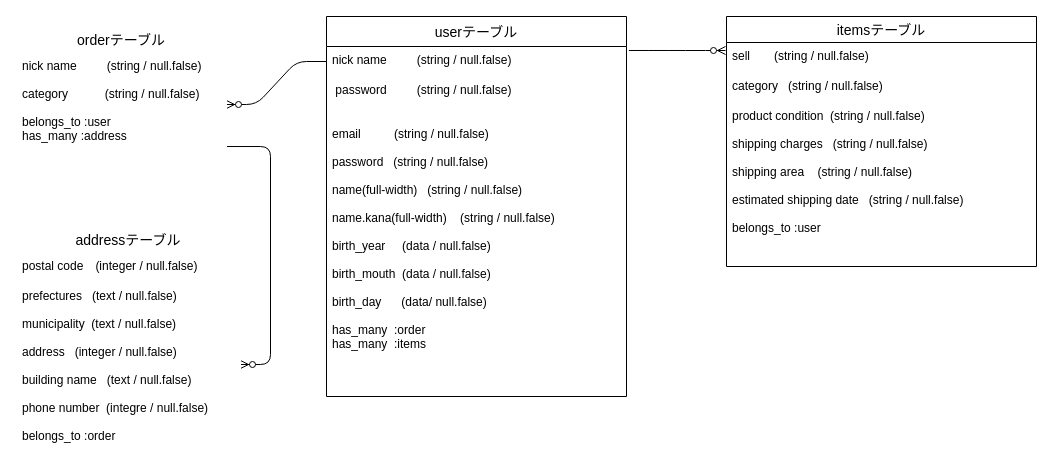
The draw.io diagram furima.dio in uribon1985/furima-32091, before the edit. Source tidied: cells renumbered, new cells numbered last; positions are measured from the earlier drawing's top-left corner, leaving out a move shared by most shapes. Both pictures are drawn from the tidied source at 100%, with x=0, y=0 at pixel (16, 16).
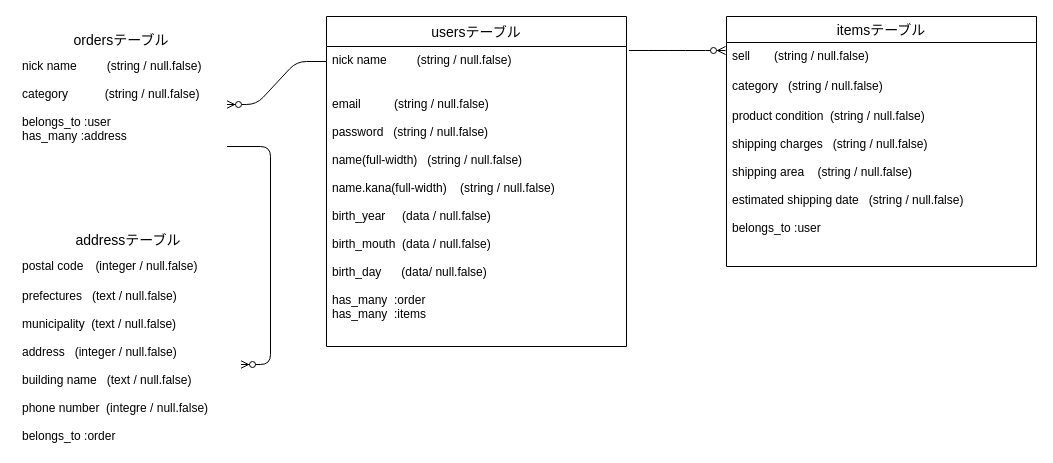
The same diagram, later.

Commit message (it also covers changes not shown here):
ER図、READEME設計

The edit, as a diff of the source:
```diff
@@
-    <mxCell id="5" value="userテーブル" style="swimlane;fontStyle=0;horizontal=1;startSize=30;align=center;fontSize=14;" parent="1" vertex="1">
-      <mxGeometry x="310" width="300" height="380" as="geometry" />
+    <mxCell id="5" value="usersテーブル" style="swimlane;fontStyle=0;horizontal=1;startSize=30;align=center;fontSize=14;" parent="1" vertex="1">
+      <mxGeometry x="310" width="300" height="330" as="geometry" />
     </mxCell>
@@
-    <mxCell id="7" value=" password         (string / null.false)" style="text;strokeColor=none;fillColor=none;spacingLeft=4;spacingRight=4;overflow=hidden;fontSize=12;" parent="5" vertex="1">
-      <mxGeometry y="60" width="300" height="30" as="geometry" />
-    </mxCell>
     <mxCell id="8" value="&#10;email          (string / null.false)          &#10;&#10;password   (string / null.false)&#10;&#10;name(full-width)   (string / null.false)&#10;&#10;name.kana(full-width)    (string / null.false)&#10;&#10;birth_year     (data / null.false)&#10;&#10;birth_mouth  (data / null.false)&#10;&#10;birth_day      (data/ null.false)&#10;&#10;has_many  :order&#10;has_many  :items" style="text;strokeColor=none;fillColor=none;spacingLeft=4;spacingRight=4;overflow=hidden;fontSize=12;" parent="5" vertex="1">
-      <mxGeometry y="90" width="300" height="290" as="geometry" />
+      <mxGeometry y="60" width="300" height="270" as="geometry" />
     </mxCell>
@@
-    <mxCell id="10" value="orderテーブル" style="swimlane;fontStyle=0;horizontal=1;startSize=26;align=center;fontSize=14;strokeColor=#FFFFFF;" parent="1" vertex="1">
+    <mxCell id="10" value="ordersテーブル" style="swimlane;fontStyle=0;horizontal=1;startSize=26;align=center;fontSize=14;strokeColor=#FFFFFF;" parent="1" vertex="1">
       <mxGeometry y="10" width="210" height="130" as="geometry" />
     </mxCell>
```
